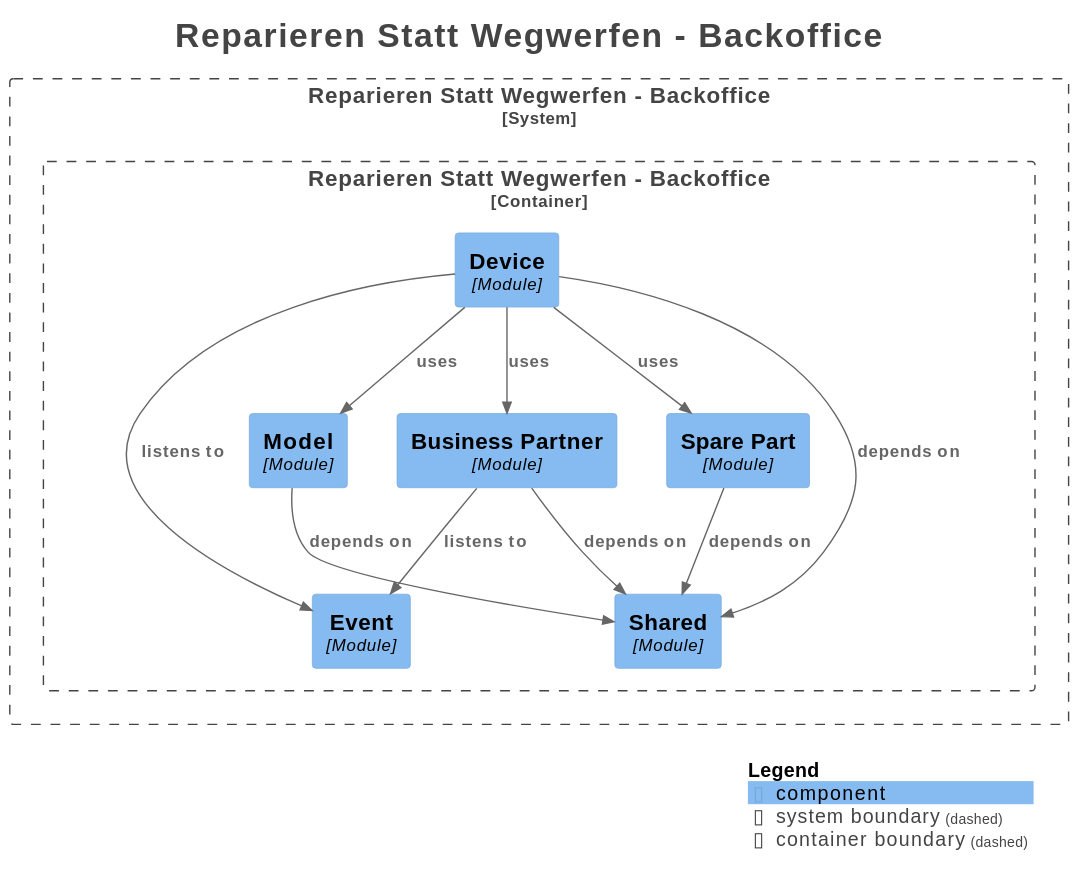
Above: backend/docs/spring-modulith/modules.svg in fafeichter/ReparierenStattWegwerfen-BackOffice (PlantUML), before the change.
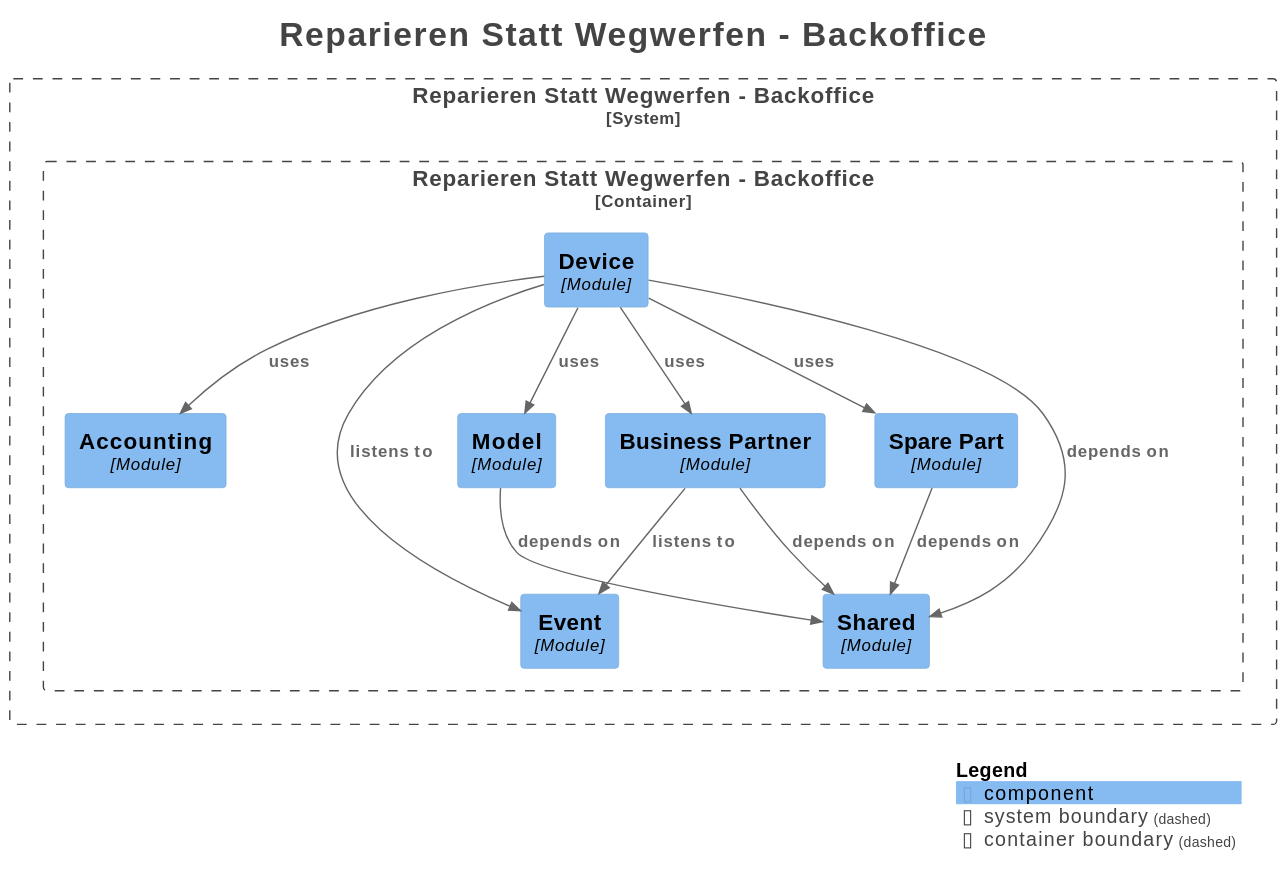
Above is the later version.

What changed in the source:
```diff
@@ -18,6 +18,7 @@
 System_Boundary("ReparierenStattWegwerfenBackoffice_boundary", "Reparieren Statt Wegwerfen - Backoffice", $tags="") {
   Container_Boundary("ReparierenStattWegwerfenBackoffice.ReparierenStattWegwerfenBackoffice_boundary", "Reparieren Statt Wegwerfen - Backoffice", $tags="") {
     Component(ReparierenStattWegwerfenBackoffice.ReparierenStattWegwerfenBackoffice.Device, "Device", $techn="Module", $descr="", $tags="", $link="")
+    Component(ReparierenStattWegwerfenBackoffice.ReparierenStattWegwerfenBackoffice.Accounting, "Accounting", $techn="Module", $descr="", $tags="", $link="")
     Component(ReparierenStattWegwerfenBackoffice.ReparierenStattWegwerfenBackoffice.Event, "Event", $techn="Module", $descr="", $tags="", $link="")
     Component(ReparierenStattWegwerfenBackoffice.ReparierenStattWegwerfenBackoffice.Shared, "Shared", $techn="Module", $descr="", $tags="", $link="")
     Component(ReparierenStattWegwerfenBackoffice.ReparierenStattWegwerfenBackoffice.BusinessPartner, "Business Partner", $techn="Module", $descr="", $tags="", $link="")
@@ -32,10 +33,11 @@
 Rel(ReparierenStattWegwerfenBackoffice.ReparierenStattWegwerfenBackoffice.Device, ReparierenStattWegwerfenBackoffice.ReparierenStattWegwerfenBackoffice.Model, "uses", $techn="", $tags="", $link="")
 Rel(ReparierenStattWegwerfenBackoffice.ReparierenStattWegwerfenBackoffice.Device, ReparierenStattWegwerfenBackoffice.ReparierenStattWegwerfenBackoffice.BusinessPartner, "uses", $techn="", $tags="", $link="")
 Rel(ReparierenStattWegwerfenBackoffice.ReparierenStattWegwerfenBackoffice.Device, ReparierenStattWegwerfenBackoffice.ReparierenStattWegwerfenBackoffice.SparePart, "uses", $techn="", $tags="", $link="")
+Rel(ReparierenStattWegwerfenBackoffice.ReparierenStattWegwerfenBackoffice.Device, ReparierenStattWegwerfenBackoffice.ReparierenStattWegwerfenBackoffice.Accounting, "uses", $techn="", $tags="", $link="")
+Rel(ReparierenStattWegwerfenBackoffice.ReparierenStattWegwerfenBackoffice.SparePart, ReparierenStattWegwerfenBackoffice.ReparierenStattWegwerfenBackoffice.Shared, "depends on", $techn="", $tags="", $link="")
 Rel(ReparierenStattWegwerfenBackoffice.ReparierenStattWegwerfenBackoffice.BusinessPartner, ReparierenStattWegwerfenBackoffice.ReparierenStattWegwerfenBackoffice.Event, "listens to", $techn="", $tags="", $link="")
 Rel(ReparierenStattWegwerfenBackoffice.ReparierenStattWegwerfenBackoffice.BusinessPartner, ReparierenStattWegwerfenBackoffice.ReparierenStattWegwerfenBackoffice.Shared, "depends on", $techn="", $tags="", $link="")
 Rel(ReparierenStattWegwerfenBackoffice.ReparierenStattWegwerfenBackoffice.Model, ReparierenStattWegwerfenBackoffice.ReparierenStattWegwerfenBackoffice.Shared, "depends on", $techn="", $tags="", $link="")
-Rel(ReparierenStattWegwerfenBackoffice.ReparierenStattWegwerfenBackoffice.SparePart, ReparierenStattWegwerfenBackoffice.ReparierenStattWegwerfenBackoffice.Shared, "depends on", $techn="", $tags="", $link="")
 
 SHOW_LEGEND(true)
 hide stereotypes
```
